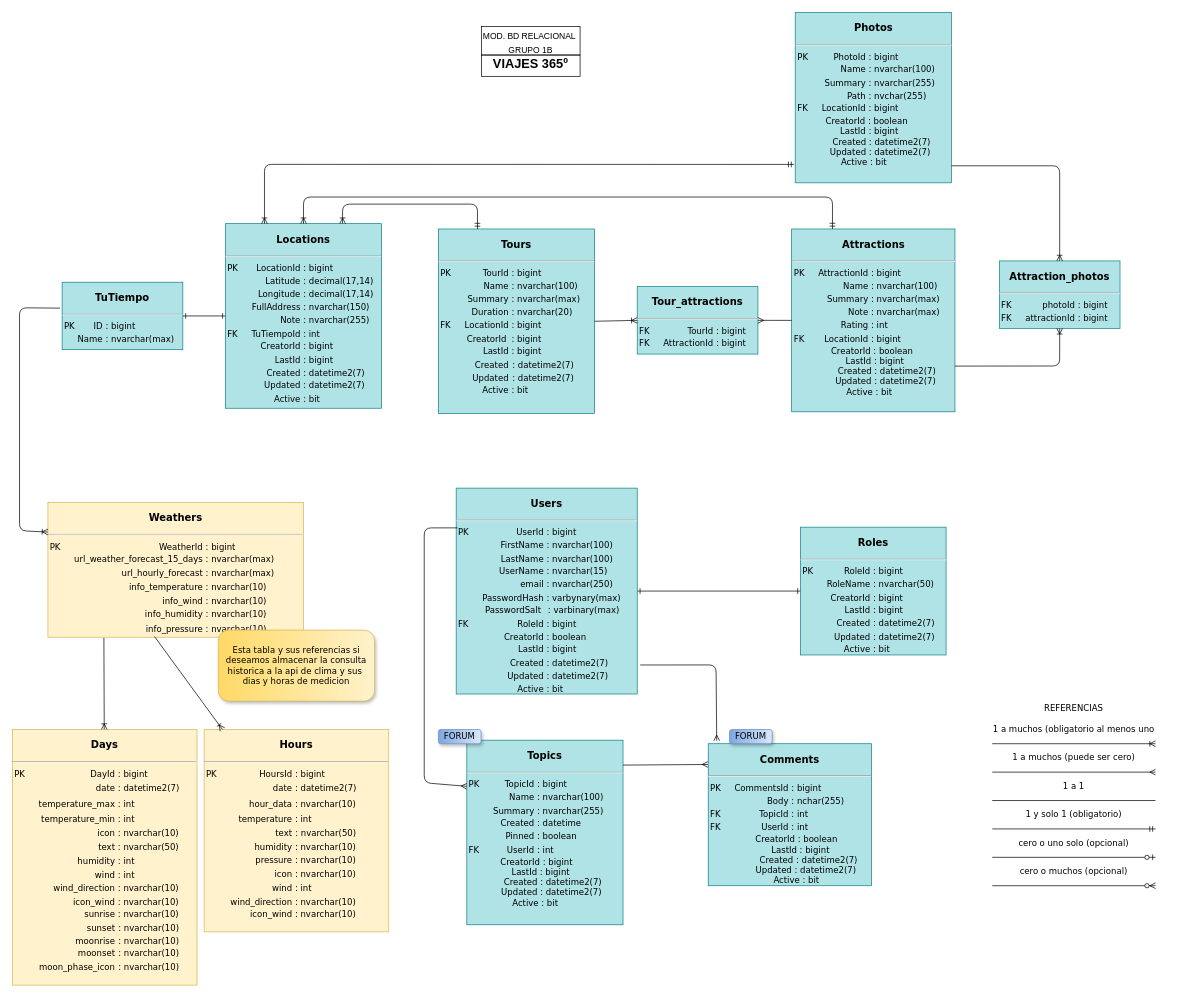
Before: viajes365-documentos/G1BS2_Viajes365_modelo_bd_relacional.drawio in classroomEntreRios/proyecto-g1b-proyecto-g1b, a draw.io diagram. Source tidied: cells renumbered, new cells numbered last; positions are measured from the earlier drawing's top-left corner, leaving out a move shared by most shapes. Both pictures are drawn from the tidied source at 71%, with x=0, y=0 at pixel (12, 12).
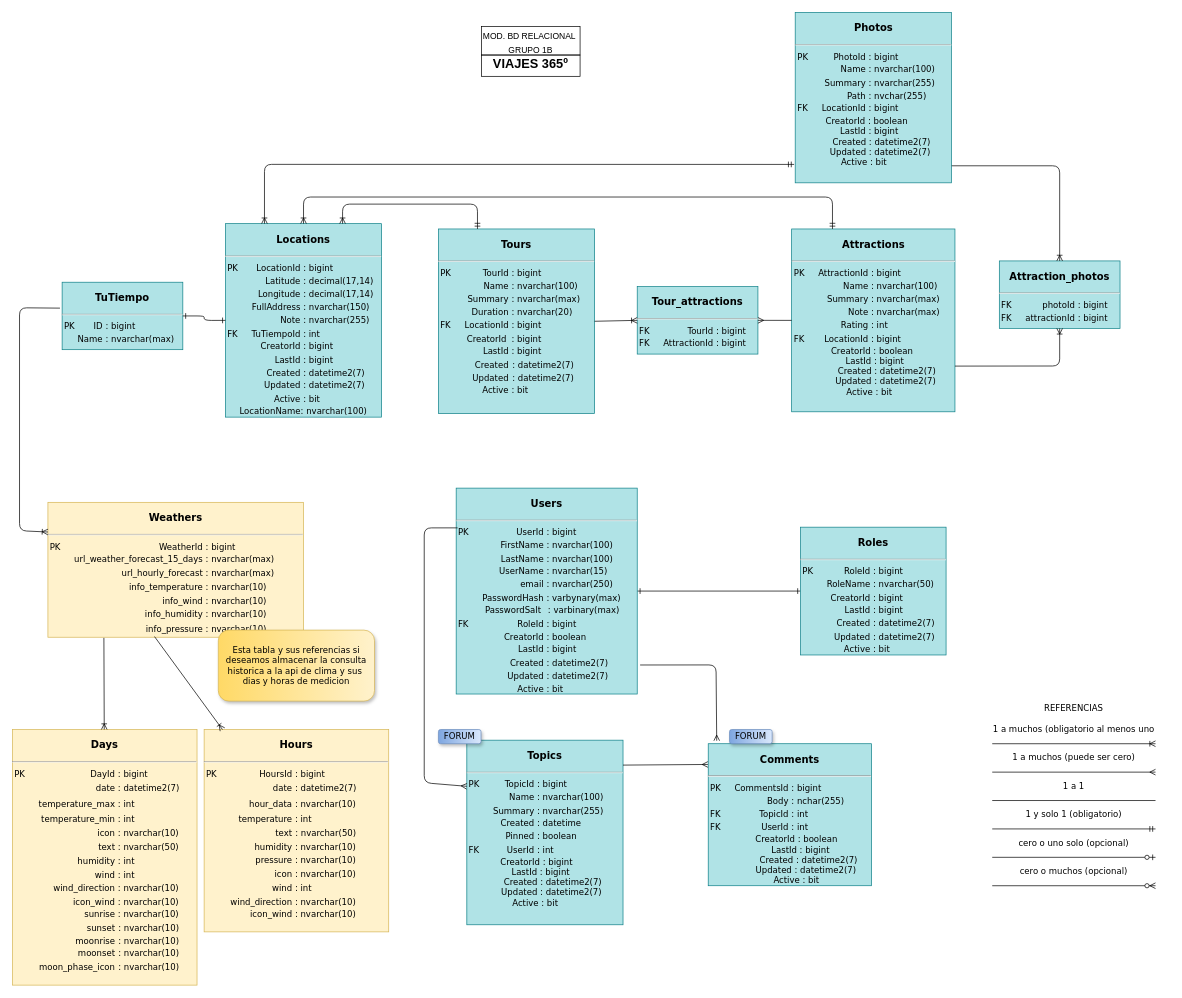
After the change.

Commit message (it also covers changes not shown here):
actualizo coleccion de postman con localidad

What changed in the source:
```diff
@@
-    <mxCell id="5" value="&lt;p style=&quot;box-sizing: border-box ; width: 100% ; padding: 2px&quot;&gt;&lt;b&gt;&lt;font style=&quot;font-size: 14px&quot;&gt;Locations&lt;/font&gt;&lt;/b&gt;&lt;/p&gt;&lt;hr&gt;&lt;table&gt;&lt;tbody&gt;&lt;tr&gt;&lt;td style=&quot;text-align: right ; border-collapse: collapse&quot;&gt;PK&amp;nbsp; &amp;nbsp;&amp;nbsp;&lt;/td&gt;&lt;td style=&quot;text-align: right&quot;&gt;LocationId&lt;/td&gt;&lt;td style=&quot;text-align: left&quot;&gt;: bigint&lt;/td&gt;&lt;/tr&gt;&lt;tr&gt;&lt;td&gt;&lt;br&gt;&lt;/td&gt;&lt;td style=&quot;text-align: right&quot;&gt;Latitude&lt;/td&gt;&lt;td style=&quot;text-align: left&quot;&gt;: decimal(17,14)&lt;/td&gt;&lt;/tr&gt;&lt;tr&gt;&lt;td&gt;&lt;br&gt;&lt;/td&gt;&lt;td style=&quot;text-align: right&quot;&gt;Longitude&lt;/td&gt;&lt;td&gt;: decimal(17,14)&lt;/td&gt;&lt;/tr&gt;&lt;tr&gt;&lt;td&gt;&lt;br&gt;&lt;/td&gt;&lt;td style=&quot;text-align: right&quot;&gt;FullAddress&lt;/td&gt;&lt;td style=&quot;text-align: left&quot;&gt;: nvarchar(150)&lt;/td&gt;&lt;/tr&gt;&lt;tr&gt;&lt;td&gt;&lt;br&gt;&lt;/td&gt;&lt;td style=&quot;text-align: right&quot;&gt;Note&lt;/td&gt;&lt;td style=&quot;text-align: left&quot;&gt;: nvarchar(255)&lt;/td&gt;&lt;/tr&gt;&lt;tr&gt;&lt;td style=&quot;text-align: left&quot;&gt;FK&lt;/td&gt;&lt;td style=&quot;text-align: right&quot;&gt;TuTiempoId&lt;/td&gt;&lt;td style=&quot;text-align: left&quot;&gt;: int&lt;/td&gt;&lt;/tr&gt;&lt;tr&gt;&lt;td&gt;&lt;br&gt;&lt;/td&gt;&lt;td style=&quot;text-align: right&quot;&gt;CreatorId&lt;/td&gt;&lt;td style=&quot;text-align: left&quot;&gt;: bigint&lt;/td&gt;&lt;/tr&gt;&lt;tr&gt;&lt;td&gt;&lt;br&gt;&lt;/td&gt;&lt;td style=&quot;text-align: right&quot;&gt;LastId&lt;/td&gt;&lt;td style=&quot;text-align: left&quot;&gt;: bigint&lt;/td&gt;&lt;/tr&gt;&lt;tr&gt;&lt;td&gt;&lt;br&gt;&lt;/td&gt;&lt;td style=&quot;text-align: right&quot;&gt;Created&lt;/td&gt;&lt;td style=&quot;text-align: left&quot;&gt;: datetime2(7)&lt;/td&gt;&lt;/tr&gt;&lt;tr&gt;&lt;td&gt;&lt;br&gt;&lt;/td&gt;&lt;td style=&quot;text-align: right&quot;&gt;Updated&lt;/td&gt;&lt;td style=&quot;text-align: left&quot;&gt;: datetime2(7)&lt;/td&gt;&lt;/tr&gt;&lt;tr&gt;&lt;td&gt;&lt;br&gt;&lt;/td&gt;&lt;td style=&quot;text-align: right&quot;&gt;Active&lt;/td&gt;&lt;td style=&quot;text-align: left&quot;&gt;: bit&lt;/td&gt;&lt;/tr&gt;&lt;/tbody&gt;&lt;/table&gt;" style="verticalAlign=top;align=center;overflow=fill;html=1;rounded=0;shadow=0;comic=0;labelBackgroundColor=none;strokeWidth=1;fontFamily=Verdana;fontSize=12;glass=0;sketch=0;fillColor=#b0e3e6;strokeColor=#0e8088;" parent="1" vertex="1">
-      <mxGeometry x="300" y="297.5" width="220" height="260" as="geometry" />
+    <mxCell id="5" value="&lt;p style=&quot;box-sizing: border-box ; width: 100% ; padding: 2px&quot;&gt;&lt;b&gt;&lt;font style=&quot;font-size: 14px&quot;&gt;Locations&lt;/font&gt;&lt;/b&gt;&lt;/p&gt;&lt;hr&gt;&lt;table&gt;&lt;tbody&gt;&lt;tr&gt;&lt;td style=&quot;text-align: right ; border-collapse: collapse&quot;&gt;PK&amp;nbsp; &amp;nbsp;&amp;nbsp;&lt;/td&gt;&lt;td style=&quot;text-align: right&quot;&gt;LocationId&lt;/td&gt;&lt;td style=&quot;text-align: left&quot;&gt;: bigint&amp;nbsp;&lt;/td&gt;&lt;/tr&gt;&lt;tr&gt;&lt;td&gt;&lt;br&gt;&lt;/td&gt;&lt;td style=&quot;text-align: right&quot;&gt;Latitude&lt;/td&gt;&lt;td style=&quot;text-align: left&quot;&gt;: decimal(17,14)&lt;/td&gt;&lt;/tr&gt;&lt;tr&gt;&lt;td&gt;&lt;br&gt;&lt;/td&gt;&lt;td style=&quot;text-align: right&quot;&gt;Longitude&lt;/td&gt;&lt;td&gt;: decimal(17,14)&lt;/td&gt;&lt;/tr&gt;&lt;tr&gt;&lt;td&gt;&lt;br&gt;&lt;/td&gt;&lt;td style=&quot;text-align: right&quot;&gt;FullAddress&lt;/td&gt;&lt;td style=&quot;text-align: left&quot;&gt;: nvarchar(150)&lt;/td&gt;&lt;/tr&gt;&lt;tr&gt;&lt;td&gt;&lt;br&gt;&lt;/td&gt;&lt;td style=&quot;text-align: right&quot;&gt;Note&lt;/td&gt;&lt;td style=&quot;text-align: left&quot;&gt;: nvarchar(255)&lt;/td&gt;&lt;/tr&gt;&lt;tr&gt;&lt;td style=&quot;text-align: left&quot;&gt;FK&lt;/td&gt;&lt;td style=&quot;text-align: right&quot;&gt;TuTiempoId&lt;/td&gt;&lt;td style=&quot;text-align: left&quot;&gt;: int&lt;/td&gt;&lt;/tr&gt;&lt;tr&gt;&lt;td&gt;&lt;br&gt;&lt;/td&gt;&lt;td style=&quot;text-align: right&quot;&gt;CreatorId&lt;/td&gt;&lt;td style=&quot;text-align: left&quot;&gt;: bigint&lt;/td&gt;&lt;/tr&gt;&lt;tr&gt;&lt;td&gt;&lt;br&gt;&lt;/td&gt;&lt;td style=&quot;text-align: right&quot;&gt;LastId&lt;/td&gt;&lt;td style=&quot;text-align: left&quot;&gt;: bigint&lt;/td&gt;&lt;/tr&gt;&lt;tr&gt;&lt;td&gt;&lt;br&gt;&lt;/td&gt;&lt;td style=&quot;text-align: right&quot;&gt;Created&lt;/td&gt;&lt;td style=&quot;text-align: left&quot;&gt;: datetime2(7)&lt;/td&gt;&lt;/tr&gt;&lt;tr&gt;&lt;td&gt;&lt;br&gt;&lt;/td&gt;&lt;td style=&quot;text-align: right&quot;&gt;Updated&lt;/td&gt;&lt;td style=&quot;text-align: left&quot;&gt;: datetime2(7)&lt;/td&gt;&lt;/tr&gt;&lt;tr&gt;&lt;td&gt;&lt;br&gt;&lt;/td&gt;&lt;td style=&quot;text-align: right&quot;&gt;Active&lt;/td&gt;&lt;td style=&quot;text-align: left&quot;&gt;: bit&lt;/td&gt;&lt;/tr&gt;&lt;/tbody&gt;&lt;/table&gt;LocationName: nvarchar(100)" style="verticalAlign=top;align=center;overflow=fill;html=1;rounded=0;shadow=0;comic=0;labelBackgroundColor=none;strokeWidth=1;fontFamily=Verdana;fontSize=12;glass=0;sketch=0;fillColor=#b0e3e6;strokeColor=#0e8088;" parent="1" vertex="1">
+      <mxGeometry x="300" y="297.5" width="220" height="272.5" as="geometry" />
     </mxCell>
```
